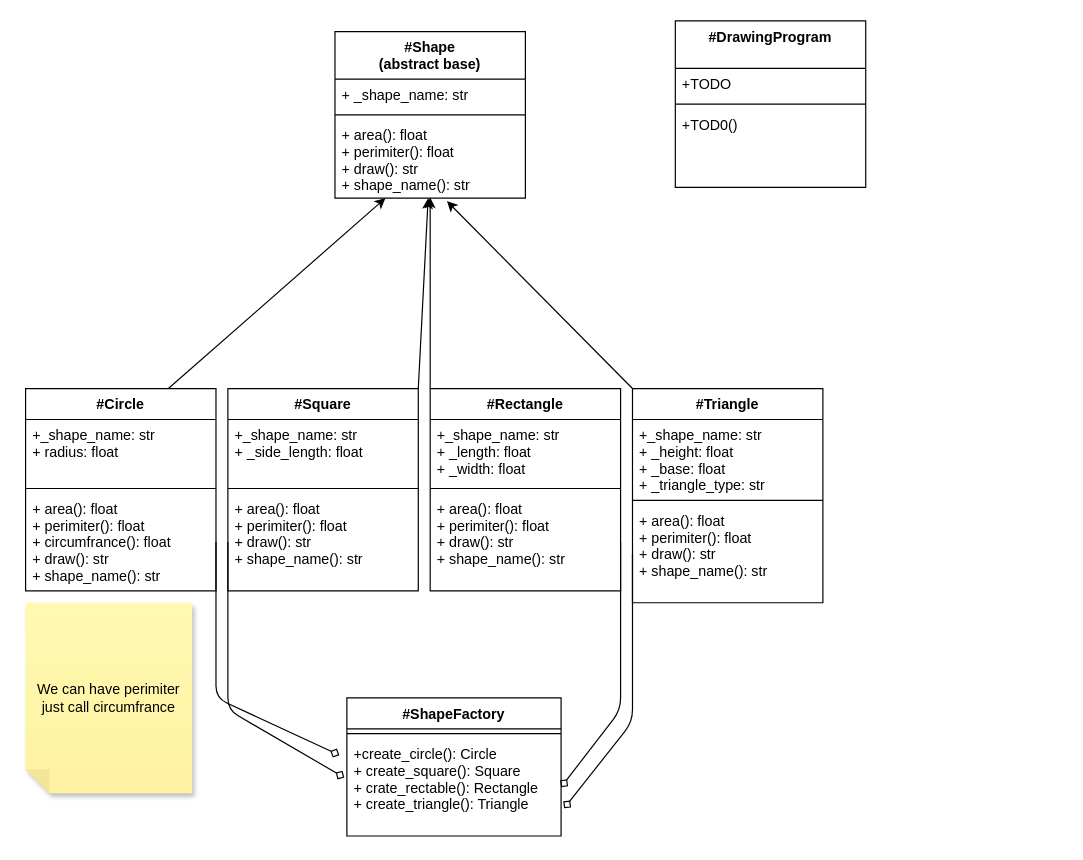
Earlier version of the draw.io diagram doc/drawing_program_classes.drawio (warlicks/drawing_program). Source tidied: cells renumbered, new cells numbered last; positions are measured from the earlier drawing's top-left corner, leaving out a move shared by most shapes. Both pictures are drawn from the tidied source at 119%, with x=0, y=0 at pixel (25, 20).
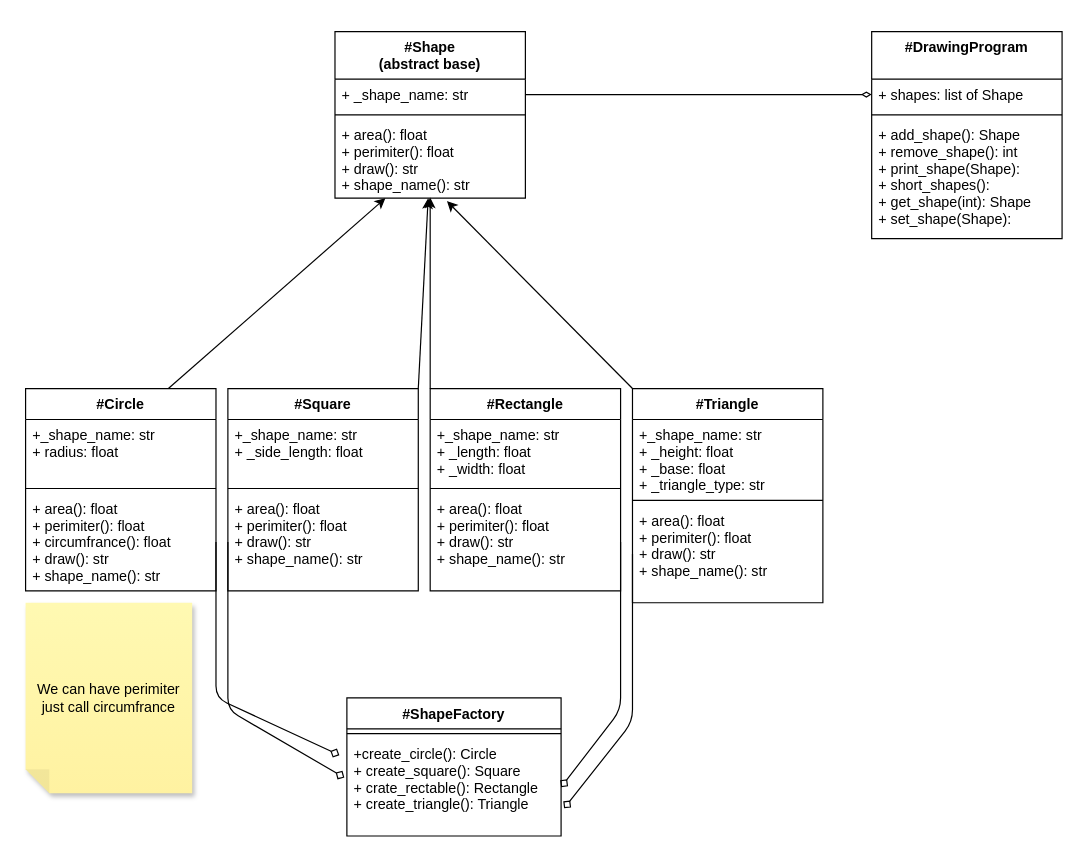
After the change.

Commit message:
Fleshed out the DrawingProgram class.

Unchanged cells that the change refers to:
```xml
<mxCell id="3" value="+ _shape_name: str" style="text;strokeColor=none;fillColor=none;align=left;verticalAlign=top;spacingLeft=4;spacingRight=4;overflow=hidden;points=[[0,0.5],[1,0.5]];portConstraint=eastwest;" parent="2" vertex="1">
  <mxGeometry y="40" width="160" height="26" as="geometry" />
</mxCell>
```

The edit, as a diff of the source:
```diff
@@
     <mxCell id="34" value="#DrawingProgram" style="swimlane;fontStyle=1;align=center;verticalAlign=top;horizontal=1;startSize=40;" parent="1" vertex="1">
-      <mxGeometry x="546" width="160" height="140" as="geometry" />
+      <mxGeometry x="711" y="9" width="160" height="174" as="geometry" />
     </mxCell>
-    <mxCell id="35" value="+TODO" style="text;strokeColor=none;fillColor=none;align=left;verticalAlign=top;spacingLeft=4;spacingRight=4;overflow=hidden;points=[[0,0.5],[1,0.5]];portConstraint=eastwest;" parent="34" vertex="1">
+    <mxCell id="35" value="+ shapes: list of Shape" style="text;strokeColor=none;fillColor=none;align=left;verticalAlign=top;spacingLeft=4;spacingRight=4;overflow=hidden;points=[[0,0.5],[1,0.5]];portConstraint=eastwest;" parent="34" vertex="1">
       <mxGeometry y="40" width="160" height="26" as="geometry" />
     </mxCell>
@@
-    <mxCell id="37" value="+TOD0()" style="text;strokeColor=none;fillColor=none;align=left;verticalAlign=top;spacingLeft=4;spacingRight=4;overflow=hidden;" parent="34" vertex="1">
-      <mxGeometry y="74" width="160" height="66" as="geometry" />
+    <mxCell id="37" value="+ add_shape(): Shape&#10;+ remove_shape(): int&#10;+ print_shape(Shape):&#10;+ short_shapes():&#10;+ get_shape(int): Shape&#10;+ set_shape(Shape): " style="text;strokeColor=none;fillColor=none;align=left;verticalAlign=top;spacingLeft=4;spacingRight=4;overflow=hidden;" parent="34" vertex="1">
+      <mxGeometry y="74" width="160" height="100" as="geometry" />
     </mxCell>
+    <mxCell id="38" style="edgeStyle=none;html=1;exitX=1;exitY=0.5;exitDx=0;exitDy=0;endArrow=diamondThin;endFill=0;" parent="1" edge="1" source="3" target="35">
+      <mxGeometry relative="1" as="geometry" />
+    </mxCell>
```
